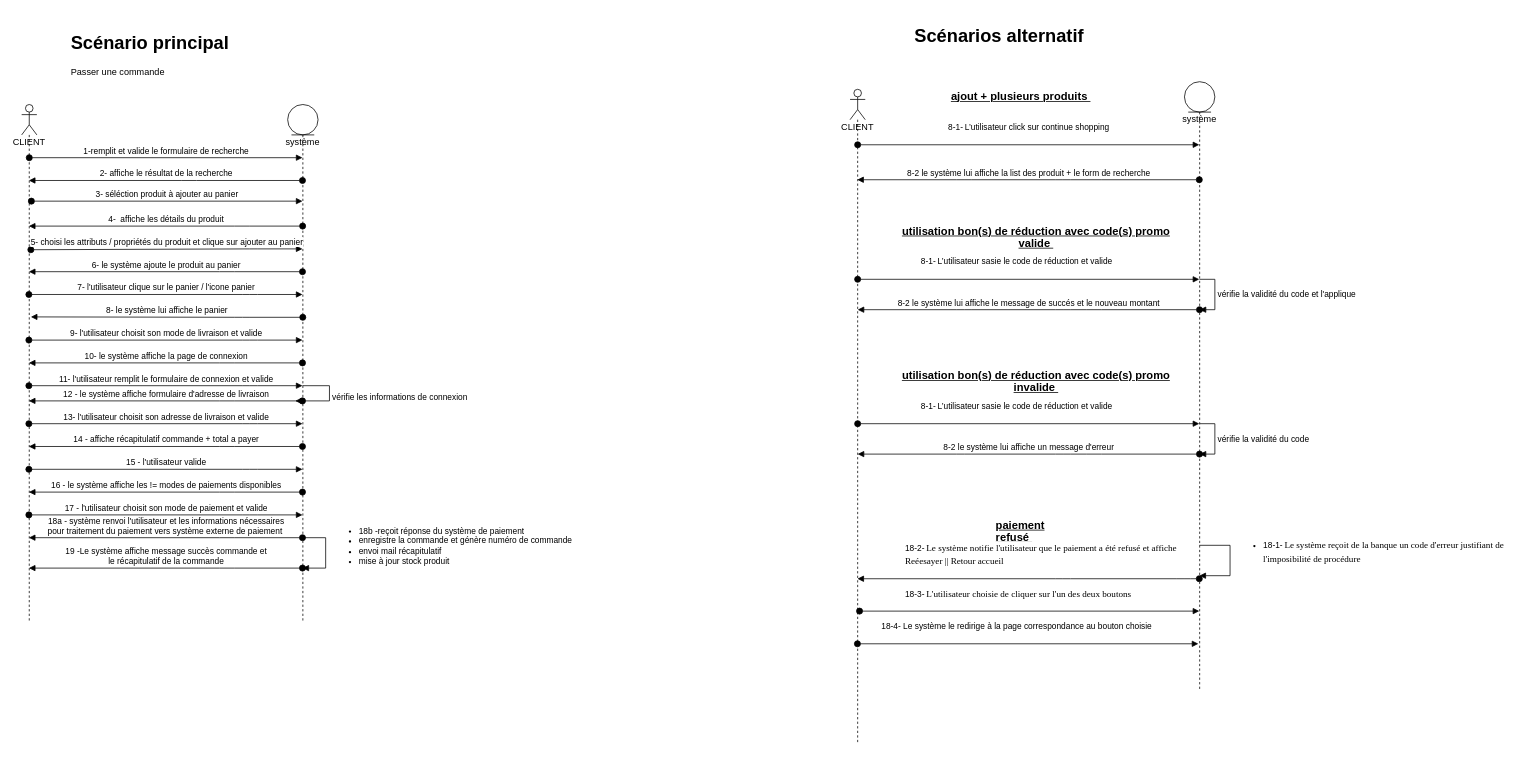
AlexandreLourencinho/afpa keeps this draw.io diagram as page "diagramme de séquence" (2 of 2) of CDA/uml fil rouge.drawio. Above is the earlier version. Source tidied: cells renumbered, new cells numbered last; positions are measured from the earlier drawing's top-left corner, leaving out a move shared by most shapes. Both pictures are drawn from the tidied source at 76%, with x=0, y=0 at pixel (21, 21).
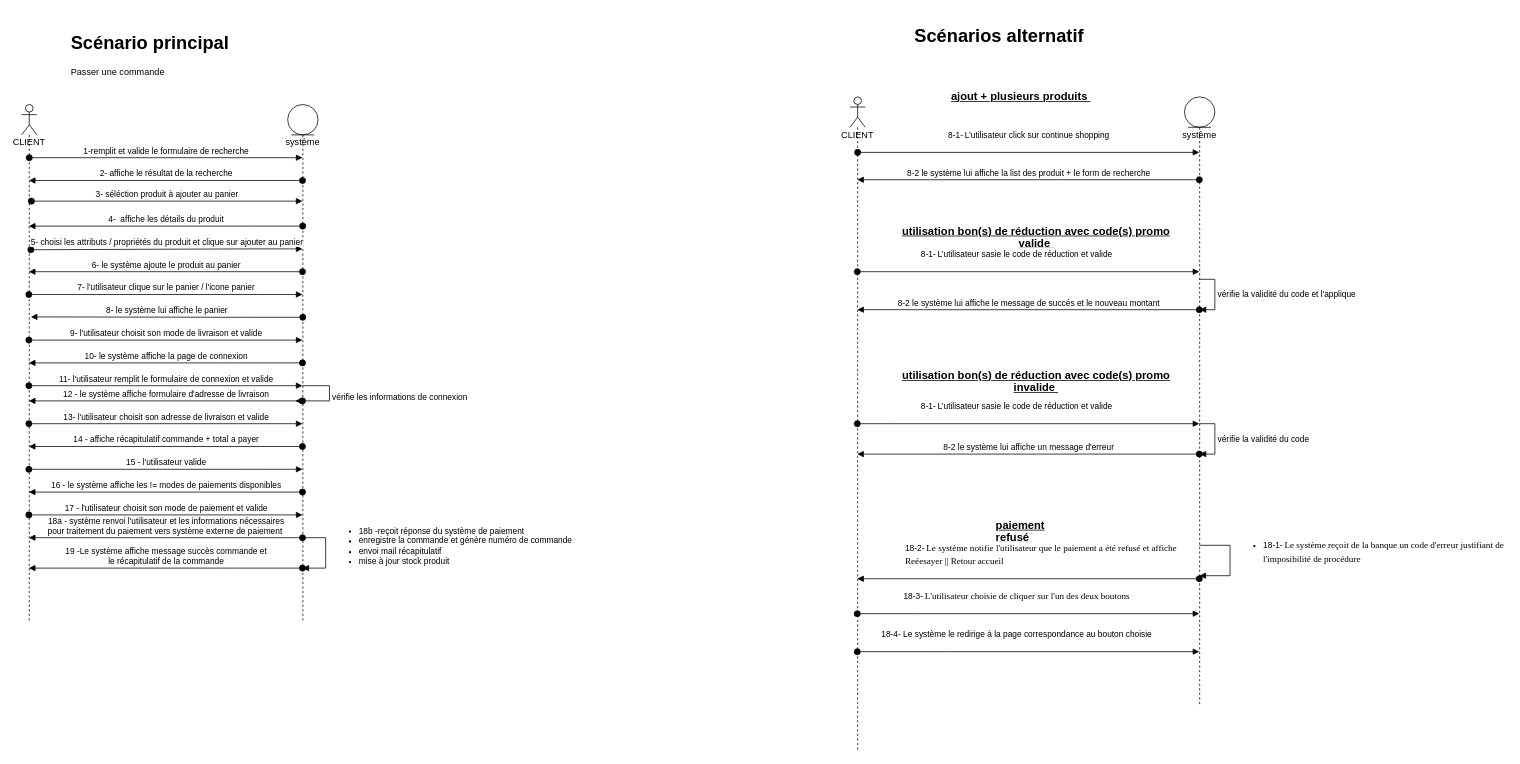
After the change.

The edit, as a diff of the source:
```diff
@@
     <mxCell id="26" value="CLIENT" style="shape=umlLifeline;participant=umlActor;perimeter=lifelinePerimeter;whiteSpace=wrap;html=1;verticalAlign=top;spacingTop=36;outlineConnect=0;" parent="1" vertex="1">
-      <mxGeometry x="1090" y="90" width="20" height="860" as="geometry" />
+      <mxGeometry x="1090" y="100" width="20" height="860" as="geometry" />
     </mxCell>
@@
     <mxCell id="28" value="système" style="shape=umlLifeline;participant=umlEntity;perimeter=lifelinePerimeter;whiteSpace=wrap;html=1;verticalAlign=top;spacingTop=36;outlineConnect=0;" parent="1" vertex="1">
-      <mxGeometry x="1530" y="80" width="40" height="800" as="geometry" />
+      <mxGeometry x="1530" y="100" width="40" height="800" as="geometry" />
     </mxCell>
@@
-    <mxCell id="33" value="&lt;div style=&quot;text-align: left ; line-height: 160%&quot;&gt;8-1-&lt;span style=&quot;text-indent: -18pt ; font-family: &amp;#34;symbol&amp;#34;&quot;&gt;&lt;span style=&quot;font-stretch: normal ; font-size: 7pt ; line-height: normal ; font-family: &amp;#34;times new roman&amp;#34;&quot;&gt;&amp;nbsp;&lt;/span&gt;&lt;/span&gt;&lt;span style=&quot;text-indent: -18pt ; line-height: 70%&quot;&gt;L’utilisateur sasie le code de réduction et valide&lt;/span&gt;&lt;br&gt;&lt;/div&gt;&lt;p class=&quot;MsoListParagraph&quot; style=&quot;text-indent: -18.0pt&quot;&gt;&lt;/p&gt;" style="html=1;verticalAlign=bottom;startArrow=oval;startFill=1;endArrow=block;startSize=8;" parent="1" edge="1">
+    <mxCell id="33" value="&lt;div style=&quot;text-align: left ; line-height: 160%&quot;&gt;8-1-&lt;span style=&quot;text-indent: -18pt ; font-family: &amp;#34;symbol&amp;#34;&quot;&gt;&lt;span style=&quot;font-stretch: normal ; font-size: 7pt ; line-height: normal ; font-family: &amp;#34;times new roman&amp;#34;&quot;&gt;&amp;nbsp;&lt;/span&gt;&lt;/span&gt;&lt;span style=&quot;text-indent: -18pt ; line-height: 70%&quot;&gt;L’utilisateur sasie le code de réduction et valide&lt;/span&gt;&lt;br&gt;&lt;/div&gt;&lt;p class=&quot;MsoListParagraph&quot; style=&quot;text-indent: -18.0pt&quot;&gt;&lt;/p&gt;" style="html=1;verticalAlign=bottom;startArrow=oval;startFill=1;endArrow=block;startSize=8;" parent="1" edge="1" source="26" target="28">
       <mxGeometry x="-0.07" relative="1" as="geometry">
-        <mxPoint x="1100" y="340" as="sourcePoint" />
-        <mxPoint x="1549.5" y="340" as="targetPoint" />
+        <Array as="points">
+          <mxPoint x="1150" y="330" />
+        </Array>
       </mxGeometry>
     </mxCell>
-    <mxCell id="34" value="8-2 le système lui affiche le message de succés et le nouveau montant" style="html=1;verticalAlign=bottom;startArrow=oval;startFill=1;endArrow=block;startSize=8;" parent="1" edge="1">
+    <mxCell id="34" value="8-2 le système lui affiche le message de succés et le nouveau montant" style="html=1;verticalAlign=bottom;startArrow=oval;startFill=1;endArrow=block;startSize=8;" parent="1" edge="1" source="28" target="26">
       <mxGeometry relative="1" as="geometry">
-        <mxPoint x="1549.8" y="380" as="sourcePoint" />
-        <mxPoint x="1100" y="380" as="targetPoint" />
         <Array as="points">
           <mxPoint x="1410.8" y="380" />
           <mxPoint x="1370.3" y="380" />
           <mxPoint x="1240.3" y="380" />
         </Array>
       </mxGeometry>
     </mxCell>
@@
-    <mxCell id="37" value="&lt;div style=&quot;text-align: left ; line-height: 160%&quot;&gt;8-1-&lt;span style=&quot;text-indent: -18pt ; font-family: &amp;#34;symbol&amp;#34;&quot;&gt;&lt;span style=&quot;font-stretch: normal ; font-size: 7pt ; line-height: normal ; font-family: &amp;#34;times new roman&amp;#34;&quot;&gt;&amp;nbsp;&lt;/span&gt;&lt;/span&gt;&lt;span style=&quot;text-indent: -18pt ; line-height: 70%&quot;&gt;L’utilisateur sasie le code de réduction et valide&lt;/span&gt;&lt;br&gt;&lt;/div&gt;&lt;p class=&quot;MsoListParagraph&quot; style=&quot;text-indent: -18.0pt&quot;&gt;&lt;/p&gt;" style="html=1;verticalAlign=bottom;startArrow=oval;startFill=1;endArrow=block;startSize=8;" parent="1" edge="1">
+    <mxCell id="37" value="&lt;div style=&quot;text-align: left ; line-height: 160%&quot;&gt;8-1-&lt;span style=&quot;text-indent: -18pt ; font-family: &amp;#34;symbol&amp;#34;&quot;&gt;&lt;span style=&quot;font-stretch: normal ; font-size: 7pt ; line-height: normal ; font-family: &amp;#34;times new roman&amp;#34;&quot;&gt;&amp;nbsp;&lt;/span&gt;&lt;/span&gt;&lt;span style=&quot;text-indent: -18pt ; line-height: 70%&quot;&gt;L’utilisateur sasie le code de réduction et valide&lt;/span&gt;&lt;br&gt;&lt;/div&gt;&lt;p class=&quot;MsoListParagraph&quot; style=&quot;text-indent: -18.0pt&quot;&gt;&lt;/p&gt;" style="html=1;verticalAlign=bottom;startArrow=oval;startFill=1;endArrow=block;startSize=8;" parent="1" edge="1" source="26" target="28">
       <mxGeometry x="-0.07" relative="1" as="geometry">
-        <mxPoint x="1100" y="530" as="sourcePoint" />
-        <mxPoint x="1549.5" y="530" as="targetPoint" />
+        <Array as="points">
+          <mxPoint x="1160" y="530" />
+        </Array>
       </mxGeometry>
     </mxCell>
-    <mxCell id="38" value="8-2 le système lui affiche un message d'erreur" style="html=1;verticalAlign=bottom;startArrow=oval;startFill=1;endArrow=block;startSize=8;" parent="1" edge="1">
+    <mxCell id="38" value="8-2 le système lui affiche un message d'erreur" style="html=1;verticalAlign=bottom;startArrow=oval;startFill=1;endArrow=block;startSize=8;" parent="1" edge="1" source="28" target="26">
       <mxGeometry relative="1" as="geometry">
-        <mxPoint x="1549.8" y="570" as="sourcePoint" />
-        <mxPoint x="1100" y="570" as="targetPoint" />
         <Array as="points">
           <mxPoint x="1410.8" y="570" />
           <mxPoint x="1370.3" y="570" />
           <mxPoint x="1240.3" y="570" />
         </Array>
       </mxGeometry>
     </mxCell>
@@
-    <mxCell id="41" value="&lt;div style=&quot;text-align: left ; line-height: 160%&quot;&gt;18-3-&lt;span style=&quot;text-indent: -18pt ; font-family: &amp;#34;symbol&amp;#34;&quot;&gt;&lt;span style=&quot;font-stretch: normal ; font-size: 7pt ; line-height: normal ; font-family: &amp;#34;times new roman&amp;#34;&quot;&gt;&amp;nbsp;&lt;/span&gt;&lt;span style=&quot;font-stretch: normal ; line-height: normal ; font-family: &amp;#34;times new roman&amp;#34; ; font-size: 12px&quot;&gt;L'utilisateur choisie de cliquer sur l'un des deux boutons&lt;/span&gt;&lt;/span&gt;&lt;/div&gt;&lt;p class=&quot;MsoListParagraph&quot; style=&quot;text-indent: -18.0pt&quot;&gt;&lt;/p&gt;" style="html=1;verticalAlign=bottom;startArrow=oval;startFill=1;endArrow=block;startSize=8;exitX=0.625;exitY=0.767;exitDx=0;exitDy=0;exitPerimeter=0;" parent="1" edge="1">
+    <mxCell id="41" value="&lt;div style=&quot;text-align: left ; line-height: 160%&quot;&gt;18-3-&lt;span style=&quot;text-indent: -18pt ; font-family: &amp;#34;symbol&amp;#34;&quot;&gt;&lt;span style=&quot;font-stretch: normal ; font-size: 7pt ; line-height: normal ; font-family: &amp;#34;times new roman&amp;#34;&quot;&gt;&amp;nbsp;&lt;/span&gt;&lt;span style=&quot;font-stretch: normal ; line-height: normal ; font-family: &amp;#34;times new roman&amp;#34; ; font-size: 12px&quot;&gt;L'utilisateur choisie de cliquer sur l'un des deux boutons&lt;/span&gt;&lt;/span&gt;&lt;/div&gt;&lt;p class=&quot;MsoListParagraph&quot; style=&quot;text-indent: -18.0pt&quot;&gt;&lt;/p&gt;" style="html=1;verticalAlign=bottom;startArrow=oval;startFill=1;endArrow=block;startSize=8;" parent="1" edge="1" source="26" target="28">
       <mxGeometry x="-0.07" relative="1" as="geometry">
-        <mxPoint x="1102.5" y="776.6" as="sourcePoint" />
-        <mxPoint x="1549.5" y="776.6" as="targetPoint" />
+        <Array as="points">
+          <mxPoint x="1170" y="780" />
+        </Array>
       </mxGeometry>
     </mxCell>
-    <mxCell id="42" value="&lt;div style=&quot;text-align: left ; line-height: 160%&quot;&gt;18-4- Le système le redirige à la page correspondance au bouton choisie&lt;/div&gt;&lt;p class=&quot;MsoListParagraph&quot; style=&quot;text-indent: -18.0pt&quot;&gt;&lt;/p&gt;" style="html=1;verticalAlign=bottom;startArrow=oval;startFill=1;endArrow=block;startSize=8;entryX=0.458;entryY=0.917;entryDx=0;entryDy=0;entryPerimeter=0;" parent="1" edge="1">
+    <mxCell id="42" value="&lt;div style=&quot;text-align: left ; line-height: 160%&quot;&gt;18-4- Le système le redirige à la page correspondance au bouton choisie&lt;/div&gt;&lt;p class=&quot;MsoListParagraph&quot; style=&quot;text-indent: -18.0pt&quot;&gt;&lt;/p&gt;" style="html=1;verticalAlign=bottom;startArrow=oval;startFill=1;endArrow=block;startSize=8;" parent="1" edge="1" source="26" target="28">
       <mxGeometry x="-0.07" relative="1" as="geometry">
-        <mxPoint x="1099.7" y="819.6" as="sourcePoint" />
-        <mxPoint x="1548.3" y="819.6" as="targetPoint" />
+        <Array as="points">
+          <mxPoint x="1210" y="830" />
+        </Array>
       </mxGeometry>
     </mxCell>
@@
-    <mxCell id="44" value="&lt;div style=&quot;text-align: left ; line-height: 160%&quot;&gt;18-2-&lt;span style=&quot;text-indent: -18pt ; font-family: &amp;#34;symbol&amp;#34;&quot;&gt;&lt;span style=&quot;font-stretch: normal ; font-size: 7pt ; line-height: normal ; font-family: &amp;#34;times new roman&amp;#34;&quot;&gt;&amp;nbsp;&lt;/span&gt;&lt;span style=&quot;font-stretch: normal ; line-height: normal ; font-family: &amp;#34;times new roman&amp;#34;&quot;&gt;&lt;font style=&quot;font-size: 12px&quot;&gt;Le système notifie l'utilisateur que le paiement a été refusé et affiche&lt;/font&gt;&lt;/span&gt;&lt;/span&gt;&lt;/div&gt;&lt;div style=&quot;text-align: left ; line-height: 160%&quot;&gt;&lt;span style=&quot;text-indent: -18pt ; font-family: &amp;#34;symbol&amp;#34;&quot;&gt;&lt;span style=&quot;font-stretch: normal ; line-height: normal ; font-family: &amp;#34;times new roman&amp;#34;&quot;&gt;&lt;font style=&quot;font-size: 12px&quot;&gt;Reéesayer || Retour accueil&lt;/font&gt;&lt;/span&gt;&lt;/span&gt;&lt;/div&gt;&lt;p class=&quot;MsoListParagraph&quot; style=&quot;text-indent: -18.0pt&quot;&gt;&lt;/p&gt;" style="html=1;verticalAlign=bottom;startArrow=oval;startFill=1;endArrow=block;startSize=8;" parent="1" edge="1">
+    <mxCell id="44" value="&lt;div style=&quot;text-align: left ; line-height: 160%&quot;&gt;18-2-&lt;span style=&quot;text-indent: -18pt ; font-family: &amp;#34;symbol&amp;#34;&quot;&gt;&lt;span style=&quot;font-stretch: normal ; font-size: 7pt ; line-height: normal ; font-family: &amp;#34;times new roman&amp;#34;&quot;&gt;&amp;nbsp;&lt;/span&gt;&lt;span style=&quot;font-stretch: normal ; line-height: normal ; font-family: &amp;#34;times new roman&amp;#34;&quot;&gt;&lt;font style=&quot;font-size: 12px&quot;&gt;Le système notifie l'utilisateur que le paiement a été refusé et affiche&lt;/font&gt;&lt;/span&gt;&lt;/span&gt;&lt;/div&gt;&lt;div style=&quot;text-align: left ; line-height: 160%&quot;&gt;&lt;span style=&quot;text-indent: -18pt ; font-family: &amp;#34;symbol&amp;#34;&quot;&gt;&lt;span style=&quot;font-stretch: normal ; line-height: normal ; font-family: &amp;#34;times new roman&amp;#34;&quot;&gt;&lt;font style=&quot;font-size: 12px&quot;&gt;Reéesayer || Retour accueil&lt;/font&gt;&lt;/span&gt;&lt;/span&gt;&lt;/div&gt;&lt;p class=&quot;MsoListParagraph&quot; style=&quot;text-indent: -18.0pt&quot;&gt;&lt;/p&gt;" style="html=1;verticalAlign=bottom;startArrow=oval;startFill=1;endArrow=block;startSize=8;" parent="1" edge="1" source="28" target="26">
       <mxGeometry x="-0.07" relative="1" as="geometry">
-        <mxPoint x="1549.5" y="734" as="sourcePoint" />
-        <mxPoint x="1099.7" y="734" as="targetPoint" />
         <Array as="points">
           <mxPoint x="1530" y="734" />
           <mxPoint x="1370" y="734" />
         </Array>
       </mxGeometry>
     </mxCell>
```
